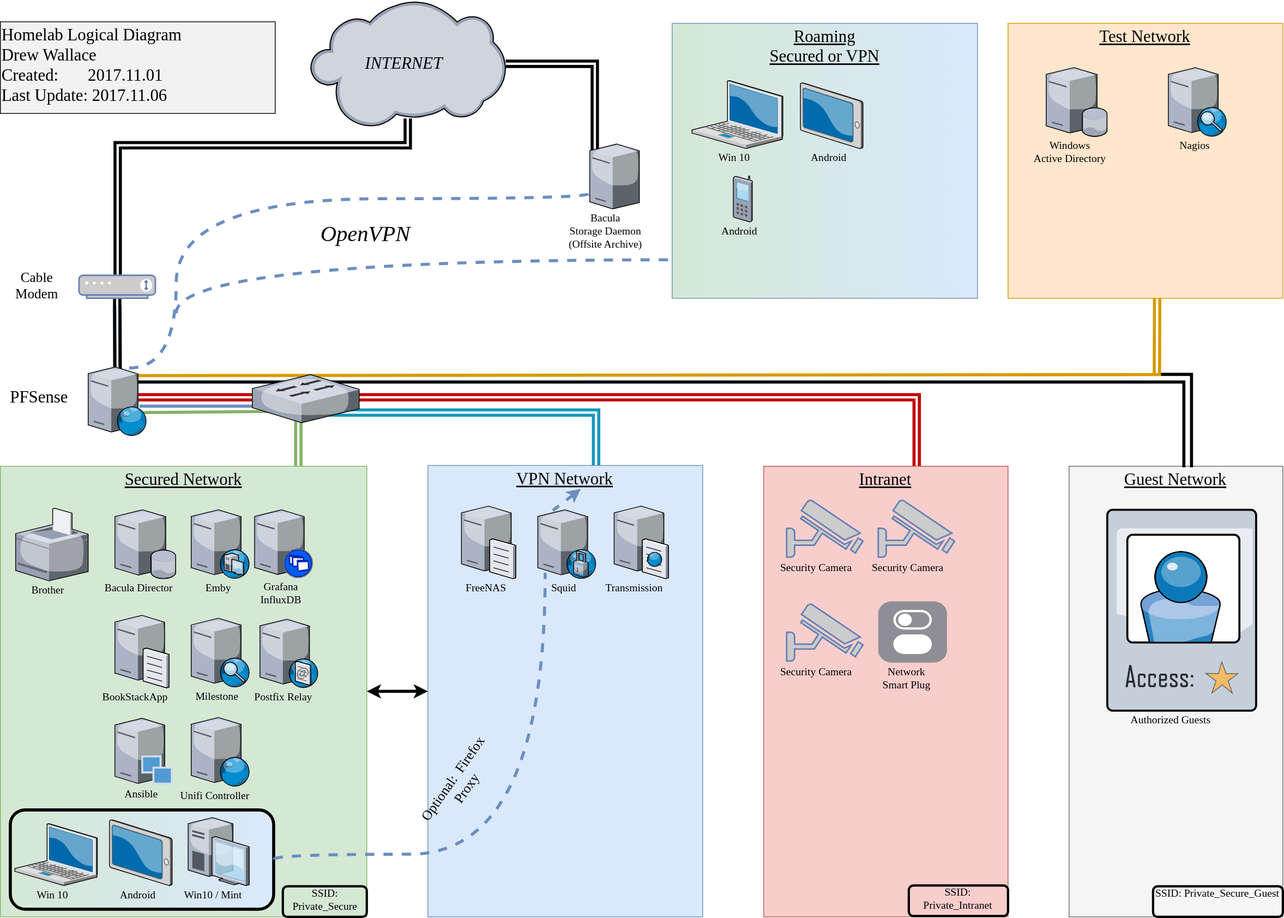
Above: HomeLab Logical Diagram.svg in chaploeb/HomeLab (draw.io), before the change. Source tidied: cells renumbered, new cells last; positions are measured from the earlier drawing's top-left corner, leaving out a move shared by most shapes.
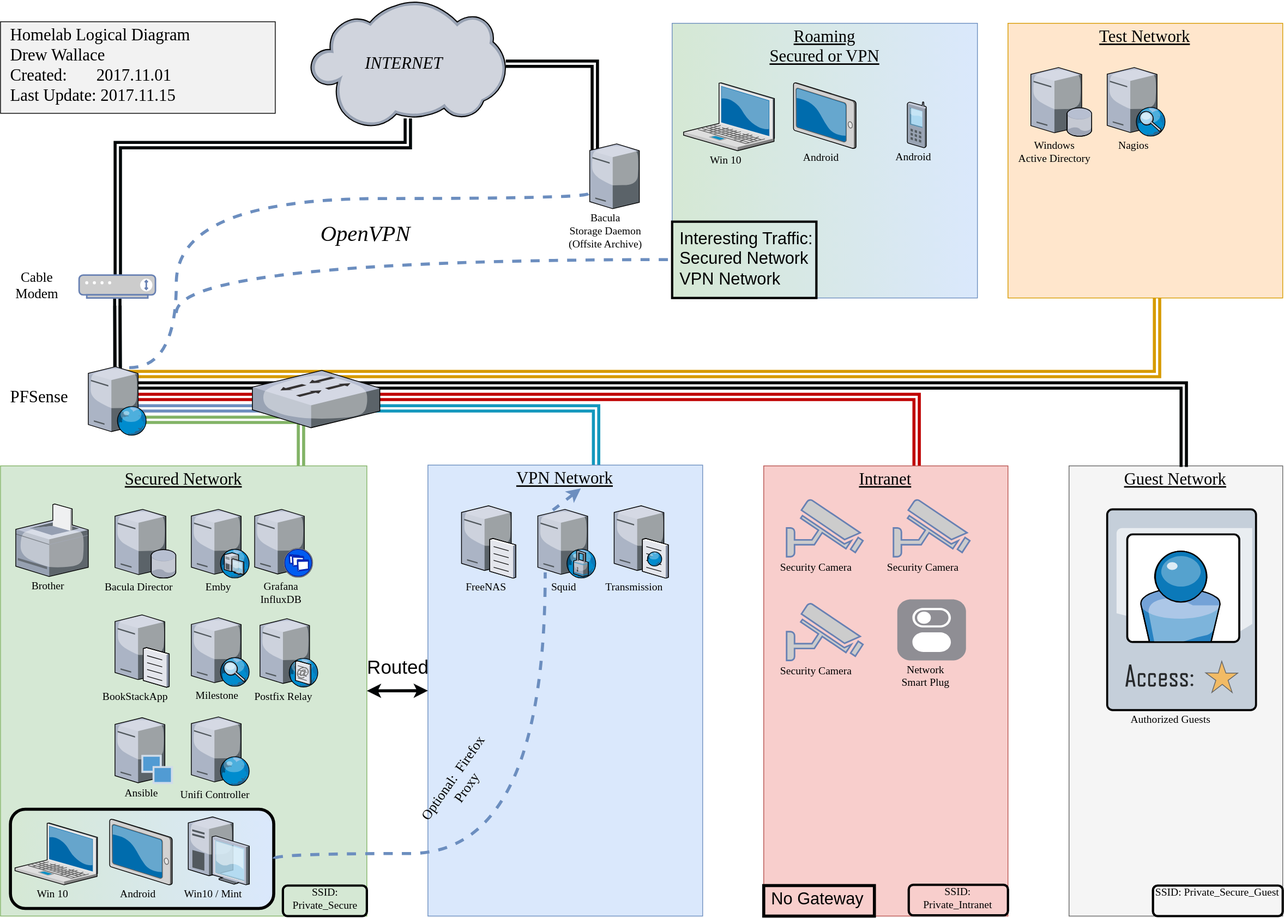
The same diagram one commit later.

Change to the diagram source:
```diff
@@ -2,29 +2,29 @@
   <root>
     <mxCell id="0" style="html=1;" />
     <mxCell id="1" style="html=1;" parent="0" />
-    <mxCell id="2" style="endArrow=none;html=1;shadow=0;strokeColor=#d79b00;strokeWidth=4;fontFamily=Verdana;fontSize=18;fontColor=#000000;exitX=0.695;exitY=0.126;exitPerimeter=0;fillColor=#ffe6cc;rounded=0;" parent="1" edge="1" source="15">
+    <mxCell id="2" style="endArrow=none;html=1;shadow=0;strokeColor=#d79b00;strokeWidth=4;fontFamily=Verdana;fontSize=18;fontColor=#000000;fillColor=#ffe6cc;rounded=0;edgeStyle=orthogonalEdgeStyle;shape=link;exitX=0.497;exitY=0.067;exitPerimeter=0;" parent="1" edge="1" source="15" target="51">
       <mxGeometry relative="1" as="geometry">
-        <mxPoint x="1520" y="490" as="targetPoint" />
+        <Array as="points">
+          <mxPoint x="153" y="490" />
+          <mxPoint x="1516" y="490" />
+        </Array>
       </mxGeometry>
     </mxCell>
-    <mxCell id="3" style="endArrow=none;html=1;shadow=0;strokeColor=#d79b00;strokeWidth=4;fontFamily=Verdana;fontSize=14;fontColor=#000000;entryX=0.542;entryY=0.998;entryPerimeter=0;shape=link;fillColor=#ffe6cc;" parent="1" edge="1" target="51">
-      <mxGeometry relative="1" as="geometry">
-        <mxPoint x="1515" y="490" as="sourcePoint" />
-      </mxGeometry>
-    </mxCell>
-    <mxCell id="4" style="endArrow=none;html=1;shadow=0;strokeColor=#82b366;strokeWidth=4;fontSize=14;fontColor=#000000;exitX=0.914;exitY=0.672;exitPerimeter=0;fillColor=#d5e8d4;fontFamily=Verdana;entryX=0.371;entryY=0.769;entryPerimeter=0;" parent="1" edge="1" source="15" target="56">
-      <mxGeometry relative="1" as="geometry" />
+    <mxCell id="4" style="endArrow=none;html=1;shadow=0;strokeColor=#82b366;strokeWidth=4;fontSize=14;fontColor=#000000;exitX=0.855;exitY=0.777;exitPerimeter=0;fillColor=#d5e8d4;fontFamily=Verdana;entryX=0.818;entryY=0.001;entryPerimeter=0;shape=link;edgeStyle=orthogonalEdgeStyle;rounded=0;" parent="1" edge="1" source="15" target="16">
+      <mxGeometry relative="1" as="geometry">
+        <Array as="points">
+          <mxPoint x="393" y="550" />
+        </Array>
+      </mxGeometry>
     </mxCell>
     <mxCell id="5" style="edgeStyle=orthogonalEdgeStyle;shape=link;rounded=0;comic=0;html=1;shadow=0;jettySize=auto;strokeColor=#1397BD;strokeWidth=4;fontFamily=Verdana;entryX=0.571;entryY=0.794;entryPerimeter=0;" parent="1" edge="1" source="17" target="56">
       <mxGeometry relative="1" as="geometry">
         <Array as="points">
-          <mxPoint x="780" y="540" />
+          <mxPoint x="780" y="535" />
+          <mxPoint x="419" y="535" />
         </Array>
       </mxGeometry>
     </mxCell>
-    <mxCell id="6" style="shape=link;rounded=0;comic=0;html=1;entryX=0.813;entryY=0.003;shadow=0;jettySize=auto;strokeColor=#82b366;strokeWidth=4;fillColor=#d5e8d4;fontFamily=Verdana;entryPerimeter=0;exitX=0.43;exitY=0.5;exitPerimeter=0;" parent="1" edge="1" source="56" target="16">
-      <mxGeometry relative="1" as="geometry" />
-    </mxCell>
     <mxCell id="7" style="edgeStyle=orthogonalEdgeStyle;shape=link;rounded=0;comic=0;html=1;shadow=0;jettySize=auto;strokeColor=#BF0000;strokeWidth=4;entryX=0.846;entryY=0.444;entryPerimeter=0;fontFamily=Verdana;" parent="1" edge="1" source="18" target="15">
       <mxGeometry relative="1" as="geometry">
         <Array as="points">
@@ -61,9 +61,6 @@
         <mxPoint x="153.2" y="400" as="targetPoint" />
       </mxGeometry>
     </mxCell>
-    <mxCell id="15" style="verticalLabelPosition=middle;html=1;verticalAlign=middle;strokeColor=none;shape=mxgraph.citrix.web_server;labelPosition=left;align=right;fontFamily=Verdana;fontSize=18;horizontal=1;" parent="1" vertex="1">
-      <mxGeometry x="115" y="480" width="76.5" height="90" as="geometry" />
-    </mxCell>
     <mxCell id="16" value="Secured Network" style="rounded=0;whiteSpace=wrap;html=1;fillColor=#d5e8d4;strokeColor=#82b366;verticalAlign=top;fontSize=22;fontStyle=4;fontFamily=Verdana;" parent="1" vertex="1">
       <mxGeometry y="610" width="480" height="590" as="geometry" />
     </mxCell>
@@ -107,7 +104,7 @@
       <mxGeometry x="333" y="667" width="76" height="89" as="geometry" />
     </mxCell>
     <mxCell id="30" value="Security Camera" style="fontColor=#000000;verticalAlign=top;verticalLabelPosition=bottom;labelPosition=center;align=center;html=1;fillColor=#CCCCCC;strokeColor=#6881B3;gradientColor=none;gradientDirection=north;strokeWidth=2;shape=mxgraph.networks.security_camera;fontSize=14;fontFamily=Verdana;" parent="1" vertex="1">
-      <mxGeometry x="1150" y="654" width="100" height="75" as="geometry" />
+      <mxGeometry x="1170" y="654" width="100" height="75" as="geometry" />
     </mxCell>
     <mxCell id="31" value="Security Camera" style="fontColor=#000000;verticalAlign=top;verticalLabelPosition=bottom;labelPosition=center;align=center;html=1;fillColor=#CCCCCC;strokeColor=#6881B3;gradientColor=none;gradientDirection=north;strokeWidth=2;shape=mxgraph.networks.security_camera;fontSize=14;fontFamily=Verdana;" parent="1" vertex="1">
       <mxGeometry x="1030" y="654" width="100" height="75" as="geometry" />
@@ -116,7 +113,7 @@
       <mxGeometry x="1030" y="790" width="100" height="75" as="geometry" />
     </mxCell>
     <mxCell id="33" value="Network&lt;br&gt;Smart Plug" style="html=1;strokeWidth=1;shadow=0;dashed=0;shape=mxgraph.ios7.misc.switch;fillColor=#8F8E94;strokeColor=none;buttonText=;strokeColor2=#222222;fontColor=#000000;fontSize=14;verticalLabelPosition=bottom;verticalAlign=top;align=center;fontFamily=Verdana;" parent="1" vertex="1">
-      <mxGeometry x="1150" y="787" width="90" height="80" as="geometry" />
+      <mxGeometry x="1175" y="785" width="90" height="80" as="geometry" />
     </mxCell>
     <mxCell id="34" style="endArrow=none;dashed=1;html=1;shadow=0;strokeColor=#6c8ebf;strokeWidth=4;entryX=-0.031;entryY=0.765;entryPerimeter=0;exitX=0.697;exitY=0.011;exitPerimeter=0;edgeStyle=orthogonalEdgeStyle;curved=1;fillColor=#dae8fc;fontFamily=Verdana;" parent="1" edge="1" source="15" target="13">
       <mxGeometry relative="1" as="geometry">
@@ -131,13 +128,13 @@
       <mxGeometry x="880" y="30" width="400" height="360" as="geometry" />
     </mxCell>
     <mxCell id="36" value="Win 10" style="verticalLabelPosition=bottom;html=1;verticalAlign=top;strokeColor=none;shape=mxgraph.citrix.laptop_2;fontSize=14;fontFamily=Verdana;" parent="1" vertex="1">
-      <mxGeometry x="906" y="105" width="119" height="89" as="geometry" />
+      <mxGeometry x="895" y="108" width="119" height="89" as="geometry" />
     </mxCell>
     <mxCell id="37" value="Android" style="verticalLabelPosition=bottom;html=1;verticalAlign=top;strokeColor=none;shape=mxgraph.citrix.tablet_2;fontSize=14;fontFamily=Verdana;" parent="1" vertex="1">
-      <mxGeometry x="1048" y="108" width="82" height="86" as="geometry" />
+      <mxGeometry x="1039" y="108" width="82" height="86" as="geometry" />
     </mxCell>
     <mxCell id="38" value="Android" style="verticalLabelPosition=bottom;html=1;verticalAlign=top;strokeColor=none;shape=mxgraph.citrix.cell_phone;fontSize=14;fontFamily=Verdana;" parent="1" vertex="1">
-      <mxGeometry x="960" y="230" width="25" height="60" as="geometry" />
+      <mxGeometry x="1188" y="133" width="25" height="60" as="geometry" />
     </mxCell>
     <mxCell id="39" style="endArrow=none;dashed=1;html=1;shadow=0;strokeColor=#6c8ebf;strokeWidth=4;edgeStyle=orthogonalEdgeStyle;curved=1;fillColor=#dae8fc;fontFamily=Verdana;" parent="1" edge="1">
       <mxGeometry relative="1" as="geometry">
@@ -157,10 +154,12 @@
     <mxCell id="42" value="Authorized Guests" style="verticalLabelPosition=bottom;html=1;verticalAlign=top;strokeColor=none;shape=mxgraph.citrix.access_card;gradientColor=none;fontSize=14;fontFamily=Verdana;" parent="1" vertex="1">
       <mxGeometry x="1450" y="667" width="195" height="263" as="geometry" />
     </mxCell>
-    <mxCell id="43" style="endArrow=none;html=1;shadow=0;strokeColor=#010405;strokeWidth=4;exitX=0.853;exitY=0.221;exitPerimeter=0;edgeStyle=orthogonalEdgeStyle;entryX=0.538;entryY=0.001;entryPerimeter=0;rounded=0;fontFamily=Verdana;" parent="1" edge="1" source="15" target="41">
+    <mxCell id="43" style="endArrow=none;html=1;shadow=0;strokeColor=#010405;strokeWidth=4;edgeStyle=orthogonalEdgeStyle;entryX=0.538;entryY=0.001;entryPerimeter=0;rounded=0;fontFamily=Verdana;shape=link;" parent="1" edge="1" target="41">
       <mxGeometry relative="1" as="geometry">
+        <mxPoint x="150" y="505" as="sourcePoint" />
         <Array as="points">
-          <mxPoint x="1551" y="500" />
+          <mxPoint x="153" y="505" />
+          <mxPoint x="1551" y="505" />
         </Array>
       </mxGeometry>
     </mxCell>
@@ -193,22 +192,27 @@
       <mxGeometry x="1320" y="30" width="360" height="360" as="geometry" />
     </mxCell>
     <mxCell id="52" value="Windows&lt;br&gt;Active Directory" style="verticalLabelPosition=bottom;html=1;verticalAlign=top;strokeColor=none;shape=mxgraph.citrix.database_server;gradientColor=#DAE8FC;fontSize=14;fontFamily=Verdana;" parent="1" vertex="1">
-      <mxGeometry x="1370" y="88" width="80" height="90" as="geometry" />
+      <mxGeometry x="1350" y="88" width="80" height="90" as="geometry" />
     </mxCell>
     <mxCell id="53" value="Brother" style="verticalLabelPosition=bottom;html=1;verticalAlign=top;strokeColor=none;shape=mxgraph.citrix.printer;gradientColor=#DAE8FC;fontSize=14;fontColor=#000000;fontFamily=Verdana;" parent="1" vertex="1">
-      <mxGeometry x="20" y="665" width="95" height="95" as="geometry" />
+      <mxGeometry x="20" y="660" width="95" height="95" as="geometry" />
     </mxCell>
     <mxCell id="54" value="Optional:&amp;nbsp; Firefox Proxy" style="text;html=1;strokeColor=none;fillColor=none;align=center;verticalAlign=middle;whiteSpace=wrap;rounded=0;fontSize=18;fontColor=#000000;rotation=-55;fontFamily=Verdana;" parent="1" vertex="1">
       <mxGeometry x="534" y="983" width="139" height="87" as="geometry" />
     </mxCell>
-    <mxCell id="55" style="endArrow=none;html=1;shadow=0;strokeColor=#6c8ebf;strokeWidth=4;fontSize=14;fontColor=#000000;exitX=0.873;exitY=0.576;exitPerimeter=0;fillColor=#dae8fc;fontFamily=Verdana;entryX=0.51;entryY=0.646;entryPerimeter=0;" parent="1" edge="1" source="15" target="56">
-      <mxGeometry relative="1" as="geometry" />
+    <mxCell id="55" style="endArrow=none;html=1;shadow=0;strokeColor=#6c8ebf;strokeWidth=4;fontSize=14;fontColor=#000000;fillColor=#dae8fc;fontFamily=Verdana;entryX=0.46;entryY=0.655;entryPerimeter=0;shape=link;edgeStyle=orthogonalEdgeStyle;" parent="1" edge="1" target="56">
+      <mxGeometry relative="1" as="geometry">
+        <mxPoint x="153" y="536" as="sourcePoint" />
+        <Array as="points">
+          <mxPoint x="162" y="536" />
+        </Array>
+      </mxGeometry>
     </mxCell>
     <mxCell id="56" style="verticalLabelPosition=bottom;html=1;verticalAlign=top;strokeColor=none;shape=mxgraph.citrix.switch;gradientColor=#DAE8FC;fontSize=14;fontColor=#000000;fontFamily=Verdana;" parent="1" vertex="1">
-      <mxGeometry x="330" y="490" width="140" height="63" as="geometry" />
+      <mxGeometry x="330" y="485" width="167" height="75" as="geometry" />
     </mxCell>
     <mxCell id="57" value="Nagios" style="verticalLabelPosition=bottom;html=1;verticalAlign=top;strokeColor=none;shape=mxgraph.citrix.edgesight_server;gradientColor=#DAE8FC;fontSize=14;fontColor=#000000;fontFamily=Verdana;" parent="1" vertex="1">
-      <mxGeometry x="1530" y="88" width="76.5" height="90" as="geometry" />
+      <mxGeometry x="1450" y="88" width="76.5" height="90" as="geometry" />
     </mxCell>
     <mxCell id="58" value="SSID: Private_Secure" style="text;html=1;strokeColor=#000000;fillColor=none;align=center;verticalAlign=middle;whiteSpace=wrap;rounded=1;fontFamily=Verdana;fontSize=14;fontColor=#000000;labelBackgroundColor=none;labelBorderColor=none;strokeWidth=3;" parent="1" vertex="1">
       <mxGeometry x="370" y="1160" width="110" height="40" as="geometry" />
@@ -219,20 +223,23 @@
     <mxCell id="60" value="SSID: Private_Secure_Guest" style="text;html=1;strokeColor=#000000;fillColor=none;align=center;verticalAlign=middle;whiteSpace=wrap;rounded=1;fontFamily=Verdana;fontSize=14;fontColor=#000000;labelBackgroundColor=none;labelBorderColor=none;strokeWidth=3;" parent="1" vertex="1">
       <mxGeometry x="1510" y="1160" width="170" height="40" as="geometry" />
     </mxCell>
-    <mxCell id="61" style="endArrow=none;html=1;shadow=0;strokeColor=#000000;strokeWidth=4;fontFamily=Verdana;fontSize=18;fontColor=#000000;edgeStyle=orthogonalEdgeStyle;rounded=0;entryX=0.571;entryY=0.001;entryPerimeter=0;" parent="1" edge="1" target="41">
-      <mxGeometry relative="1" as="geometry">
-        <mxPoint x="1520" y="490" as="sourcePoint" />
-        <Array as="points">
-          <mxPoint x="1560" y="490" />
-          <mxPoint x="1560" y="580" />
-        </Array>
-      </mxGeometry>
-    </mxCell>
     <mxCell id="62" value="PFSense" style="text;html=1;strokeColor=none;fillColor=none;align=center;verticalAlign=middle;whiteSpace=wrap;rounded=0;labelBackgroundColor=none;fontFamily=Verdana;fontSize=22;fontColor=#000000;" parent="1" vertex="1">
       <mxGeometry x="10" y="511" width="80" height="20" as="geometry" />
     </mxCell>
-    <mxCell id="63" value="Homelab Logical Diagram&lt;br&gt;Drew Wallace&lt;br&gt;Created:&amp;nbsp;&amp;nbsp;&amp;nbsp;&amp;nbsp;&amp;nbsp;&amp;nbsp; 2017.11.01&lt;br&gt;Last Update: 2017.11.06" style="rounded=0;whiteSpace=wrap;html=1;labelBackgroundColor=none;strokeColor=#000000;strokeWidth=1;fillColor=#F2F2F2;gradientColor=none;fontFamily=Verdana;fontSize=22;fontColor=#000000;align=left;" parent="1" vertex="1">
+    <mxCell id="63" value="&amp;nbsp; Homelab Logical Diagram&lt;br&gt;&amp;nbsp; Drew Wallace&lt;br&gt;&amp;nbsp; Created:&amp;nbsp;&amp;nbsp;&amp;nbsp;&amp;nbsp;&amp;nbsp;&amp;nbsp; 2017.11.01&lt;br&gt;&amp;nbsp; Last Update: 2017.11.15" style="rounded=0;whiteSpace=wrap;html=1;labelBackgroundColor=none;strokeColor=#000000;strokeWidth=1;fillColor=#F2F2F2;gradientColor=none;fontFamily=Verdana;fontSize=22;fontColor=#000000;align=left;" parent="1" vertex="1">
       <mxGeometry y="28" width="360" height="120" as="geometry" />
     </mxCell>
+    <mxCell id="15" style="verticalLabelPosition=middle;html=1;verticalAlign=middle;strokeColor=none;shape=mxgraph.citrix.web_server;labelPosition=left;align=right;fontFamily=Verdana;fontSize=18;horizontal=1;" parent="1" vertex="1">
+      <mxGeometry x="115" y="480" width="76.5" height="90" as="geometry" />
+    </mxCell>
+    <mxCell id="64" value="Routed" style="text;html=1;strokeColor=none;fillColor=none;align=center;verticalAlign=middle;whiteSpace=wrap;rounded=0;fontSize=25;" parent="1" vertex="1">
+      <mxGeometry x="480" y="865" width="80" height="20" as="geometry" />
+    </mxCell>
+    <mxCell id="65" value="&amp;nbsp;Interesting Traffic:&lt;br&gt;&amp;nbsp;Secured Network&lt;br&gt;&amp;nbsp;VPN Network" style="text;html=1;strokeColor=#000000;fillColor=none;align=left;verticalAlign=middle;whiteSpace=wrap;rounded=0;fontSize=22;strokeWidth=3;" parent="1" vertex="1">
+      <mxGeometry x="880" y="290" width="189" height="100" as="geometry" />
+    </mxCell>
+    <mxCell id="66" value="&amp;nbsp;No Gateway" style="text;html=1;strokeColor=#000000;fillColor=none;align=left;verticalAlign=middle;whiteSpace=wrap;rounded=0;fontSize=22;strokeWidth=4;" parent="1" vertex="1">
+      <mxGeometry x="1000" y="1160" width="145" height="40" as="geometry" />
+    </mxCell>
   </root>
 </mxGraphModel>
```
